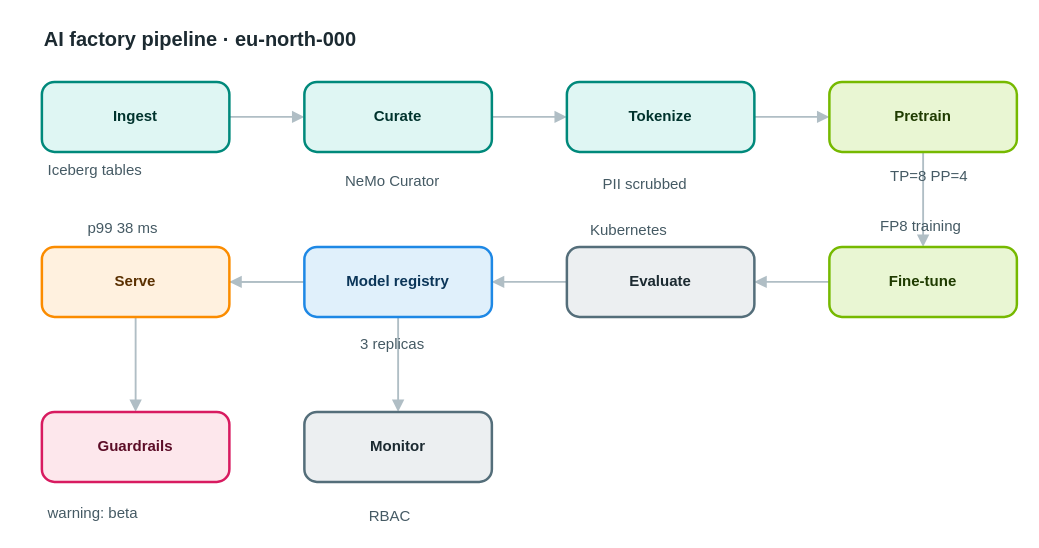
AryanG01/open-apprentice keeps this draw.io diagram as apps/web/public/samples/library/000-ai-factory-pipeline.drawio. Above is the earlier version. Source tidied: cells renumbered, new cells numbered last; positions are measured from the earlier drawing's top-left corner, leaving out a move shared by most shapes. Both pictures are drawn from the tidied source at 125%, with x=0, y=0 at pixel (41, 21).
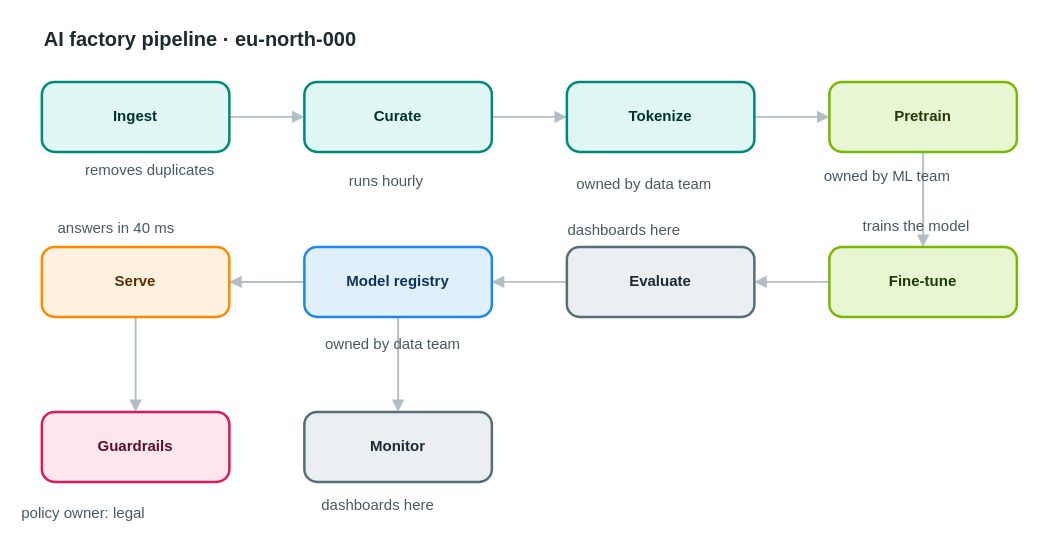
The same page after the edit.

Change to the diagram source:
```diff
@@
-    <mxCell id="22" value="Iceberg tables" style="text;html=1;align=left;verticalAlign=top;whiteSpace=nowrap;spacing=0;spacingTop=0;strokeColor=none;fillColor=none;fontSize=12;fontColor=#455a64;" parent="1" vertex="1">
-      <mxGeometry x="5" y="107" width="110" height="20" as="geometry" />
+    <mxCell id="22" value="removes duplicates" style="text;html=1;align=left;verticalAlign=top;whiteSpace=nowrap;spacing=0;spacingTop=0;strokeColor=none;fillColor=none;fontSize=12;fontColor=#455a64;" parent="1" vertex="1">
+      <mxGeometry x="35" y="107" width="138" height="20" as="geometry" />
     </mxCell>
-    <mxCell id="23" value="NeMo Curator" style="text;html=1;align=left;verticalAlign=top;whiteSpace=nowrap;spacing=0;spacingTop=0;strokeColor=none;fillColor=none;fontSize=12;fontColor=#455a64;" parent="1" vertex="1">
-      <mxGeometry x="243" y="116" width="96" height="20" as="geometry" />
+    <mxCell id="23" value="runs hourly" style="text;html=1;align=left;verticalAlign=top;whiteSpace=nowrap;spacing=0;spacingTop=0;strokeColor=none;fillColor=none;fontSize=12;fontColor=#455a64;" parent="1" vertex="1">
+      <mxGeometry x="246" y="116" width="89" height="20" as="geometry" />
     </mxCell>
-    <mxCell id="24" value="PII scrubbed" style="text;html=1;align=left;verticalAlign=top;whiteSpace=nowrap;spacing=0;spacingTop=0;strokeColor=none;fillColor=none;fontSize=12;fontColor=#455a64;" parent="1" vertex="1">
-      <mxGeometry x="449" y="118" width="96" height="20" as="geometry" />
+    <mxCell id="24" value="owned by data team" style="text;html=1;align=left;verticalAlign=top;whiteSpace=nowrap;spacing=0;spacingTop=0;strokeColor=none;fillColor=none;fontSize=12;fontColor=#455a64;" parent="1" vertex="1">
+      <mxGeometry x="428" y="118" width="138" height="20" as="geometry" />
     </mxCell>
-    <mxCell id="25" value="TP=8 PP=4" style="text;html=1;align=left;verticalAlign=top;whiteSpace=nowrap;spacing=0;spacingTop=0;strokeColor=none;fillColor=none;fontSize=12;fontColor=#455a64;" parent="1" vertex="1">
-      <mxGeometry x="679" y="112" width="75" height="20" as="geometry" />
+    <mxCell id="25" value="owned by ML team" style="text;html=1;align=left;verticalAlign=top;whiteSpace=nowrap;spacing=0;spacingTop=0;strokeColor=none;fillColor=none;fontSize=12;fontColor=#455a64;" parent="1" vertex="1">
+      <mxGeometry x="626" y="112" width="124" height="20" as="geometry" />
     </mxCell>
-    <mxCell id="26" value="FP8 training" style="text;html=1;align=left;verticalAlign=top;whiteSpace=nowrap;spacing=0;spacingTop=0;strokeColor=none;fillColor=none;fontSize=12;fontColor=#455a64;" parent="1" vertex="1">
-      <mxGeometry x="671" y="152" width="96" height="20" as="geometry" />
+    <mxCell id="26" value="trains the model" style="text;html=1;align=left;verticalAlign=top;whiteSpace=nowrap;spacing=0;spacingTop=0;strokeColor=none;fillColor=none;fontSize=12;fontColor=#455a64;" parent="1" vertex="1">
+      <mxGeometry x="657" y="152" width="124" height="20" as="geometry" />
     </mxCell>
-    <mxCell id="27" value="Kubernetes" style="text;html=1;align=left;verticalAlign=top;whiteSpace=nowrap;spacing=0;spacingTop=0;strokeColor=none;fillColor=none;fontSize=12;fontColor=#455a64;" parent="1" vertex="1">
-      <mxGeometry x="439" y="155" width="82" height="20" as="geometry" />
+    <mxCell id="27" value="dashboards here" style="text;html=1;align=left;verticalAlign=top;whiteSpace=nowrap;spacing=0;spacingTop=0;strokeColor=none;fillColor=none;fontSize=12;fontColor=#455a64;" parent="1" vertex="1">
+      <mxGeometry x="421" y="155" width="117" height="20" as="geometry" />
     </mxCell>
-    <mxCell id="28" value="3 replicas" style="text;html=1;align=left;verticalAlign=top;whiteSpace=nowrap;spacing=0;spacingTop=0;strokeColor=none;fillColor=none;fontSize=12;fontColor=#455a64;" parent="1" vertex="1">
-      <mxGeometry x="255" y="246" width="82" height="20" as="geometry" />
+    <mxCell id="28" value="owned by data team" style="text;html=1;align=left;verticalAlign=top;whiteSpace=nowrap;spacing=0;spacingTop=0;strokeColor=none;fillColor=none;fontSize=12;fontColor=#455a64;" parent="1" vertex="1">
+      <mxGeometry x="227" y="246" width="138" height="20" as="geometry" />
     </mxCell>
-    <mxCell id="29" value="p99 38 ms" style="text;html=1;align=left;verticalAlign=top;whiteSpace=nowrap;spacing=0;spacingTop=0;strokeColor=none;fillColor=none;fontSize=12;fontColor=#455a64;" parent="1" vertex="1">
-      <mxGeometry x="37" y="153" width="75" height="20" as="geometry" />
+    <mxCell id="29" value="answers in 40 ms" style="text;html=1;align=left;verticalAlign=top;whiteSpace=nowrap;spacing=0;spacingTop=0;strokeColor=none;fillColor=none;fontSize=12;fontColor=#455a64;" parent="1" vertex="1">
+      <mxGeometry x="13" y="153" width="124" height="20" as="geometry" />
     </mxCell>
-    <mxCell id="30" value="warning: beta" style="text;html=1;align=left;verticalAlign=top;whiteSpace=nowrap;spacing=0;spacingTop=0;strokeColor=none;fillColor=none;fontSize=12;fontColor=#455a64;" parent="1" vertex="1">
-      <mxGeometry x="5" y="381" width="103" height="20" as="geometry" />
+    <mxCell id="30" value="policy owner: legal" style="text;html=1;align=left;verticalAlign=top;whiteSpace=nowrap;spacing=0;spacingTop=0;strokeColor=none;fillColor=none;fontSize=12;fontColor=#455a64;" parent="1" vertex="1">
+      <mxGeometry x="-16" y="381" width="145" height="20" as="geometry" />
     </mxCell>
-    <mxCell id="31" value="RBAC" style="text;html=1;align=left;verticalAlign=top;whiteSpace=nowrap;spacing=0;spacingTop=0;strokeColor=none;fillColor=none;fontSize=12;fontColor=#455a64;" parent="1" vertex="1">
-      <mxGeometry x="262" y="384" width="40" height="20" as="geometry" />
+    <mxCell id="31" value="dashboards here" style="text;html=1;align=left;verticalAlign=top;whiteSpace=nowrap;spacing=0;spacingTop=0;strokeColor=none;fillColor=none;fontSize=12;fontColor=#455a64;" parent="1" vertex="1">
+      <mxGeometry x="224" y="375" width="117" height="20" as="geometry" />
     </mxCell>
```
